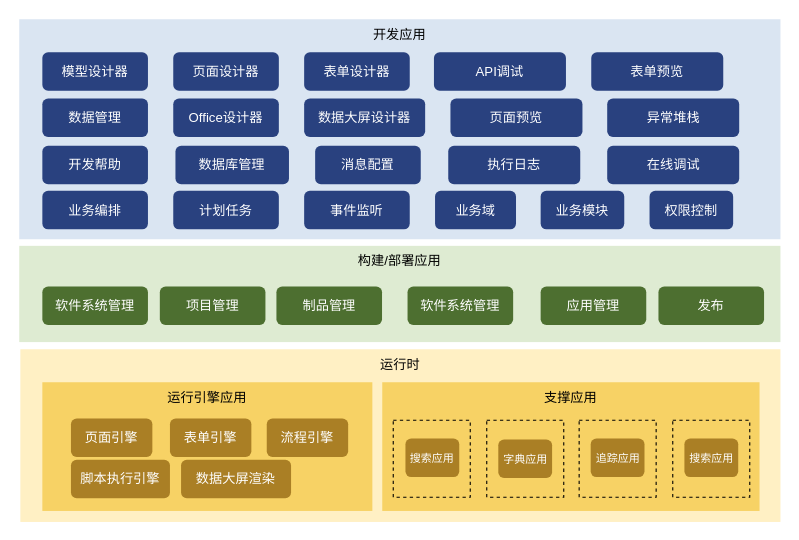
Earlier version of the draw.io diagram page "应用架构" (4 of 7) of 低代码架构.drawio (ProgrammerLZ/drawio). Source tidied: cells renumbered, new cells numbered last; positions are measured from the earlier drawing's top-left corner, leaving out a move shared by most shapes. Both pictures are drawn from the tidied source at 110%, with x=0, y=0 at pixel (19, 19).
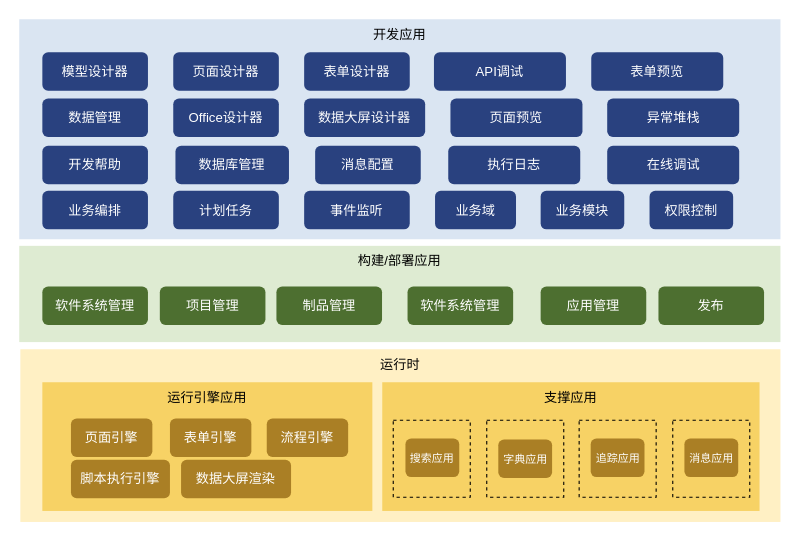
The same page after the edit.

Commit message (it also covers changes not shown here):
更新低代码架构.drawio

Diff of the diagram source:
```diff
@@
-    <mxCell id="46" value="搜索应用" style="rounded=1;whiteSpace=wrap;html=1;verticalAlign=middle;fillColor=#AA7F25;fontColor=#FFFFFF;strokeColor=none;fontSize=10;" parent="1" vertex="1">
+    <mxCell id="46" value="消息应用" style="rounded=1;whiteSpace=wrap;html=1;verticalAlign=middle;fillColor=#AA7F25;fontColor=#FFFFFF;strokeColor=none;fontSize=10;" parent="1" vertex="1">
       <mxGeometry x="604.7" y="381.2" width="48.9" height="35" as="geometry" />
     </mxCell>
```
